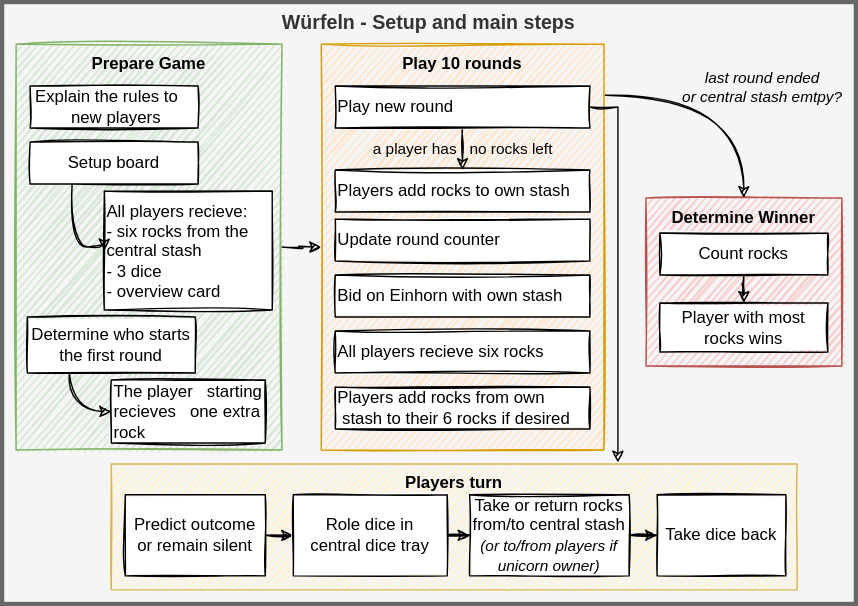
Before: make/games/wuerfeln.drawio.svg, a diagram exported from draw.io (sonj4ev4/FullByte.github.io). Source tidied: cells renumbered, new cells last; positions are measured from the earlier drawing's top-left corner, leaving out a move shared by most shapes.
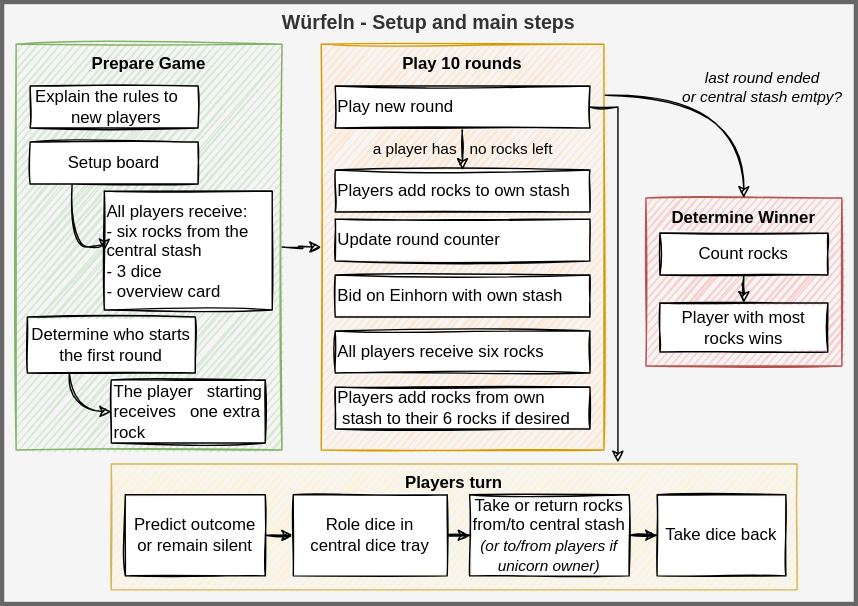
The same diagram one commit later.

Commit message:
Deployed 4f49056d with MkDocs version: 1.2.2

Diff of the diagram source:
```diff
@@ -48,13 +48,13 @@
     <mxCell id="15" value="Determine who starts the first round" style="whiteSpace=wrap;html=1;sketch=1;fontSize=12;align=center;" parent="1" vertex="1">
       <mxGeometry x="18" y="225" width="120" height="40" as="geometry" />
     </mxCell>
-    <mxCell id="16" value="&amp;nbsp;The player&amp;nbsp; &amp;nbsp;starting&amp;nbsp;&lt;span&gt;recieves&amp;nbsp; &amp;nbsp;one&amp;nbsp;&lt;/span&gt;extra rock" style="whiteSpace=wrap;html=1;align=left;sketch=1;fontSize=12;" parent="1" vertex="1">
+    <mxCell id="16" value="&amp;nbsp;The player&amp;nbsp; &amp;nbsp;starting&amp;nbsp;&lt;span&gt;receives&amp;nbsp; &amp;nbsp;one&amp;nbsp;&lt;/span&gt;extra rock" style="whiteSpace=wrap;html=1;align=left;sketch=1;fontSize=12;" parent="1" vertex="1">
       <mxGeometry x="78" y="270" width="110" height="45" as="geometry" />
     </mxCell>
-    <mxCell id="17" value="&amp;nbsp;All players recieve:&lt;br style=&quot;font-size: 12px&quot;&gt;&amp;nbsp; - six rocks from the central stash&lt;br style=&quot;font-size: 12px&quot;&gt;&amp;nbsp; - 3 dice&lt;br&gt;&amp;nbsp; -&amp;nbsp;overview card" style="whiteSpace=wrap;html=1;align=left;sketch=1;fontSize=12;glass=0;" parent="1" vertex="1">
+    <mxCell id="17" value="&amp;nbsp;All players receive:&lt;br style=&quot;font-size: 12px&quot;&gt;&amp;nbsp; - six rocks from the central stash&lt;br style=&quot;font-size: 12px&quot;&gt;&amp;nbsp; - 3 dice&lt;br&gt;&amp;nbsp; -&amp;nbsp;overview card" style="whiteSpace=wrap;html=1;align=left;sketch=1;fontSize=12;glass=0;" parent="1" vertex="1">
       <mxGeometry x="73" y="135" width="120" height="85" as="geometry" />
     </mxCell>
-    <mxCell id="18" value="&amp;nbsp;All players recieve six rocks" style="whiteSpace=wrap;html=1;align=left;sketch=1;fontSize=12;" parent="1" vertex="1">
+    <mxCell id="18" value="&amp;nbsp;All players receive six rocks" style="whiteSpace=wrap;html=1;align=left;sketch=1;fontSize=12;" parent="1" vertex="1">
       <mxGeometry x="238" y="235" width="182" height="30" as="geometry" />
     </mxCell>
     <mxCell id="19" style="edgeStyle=orthogonalEdgeStyle;jettySize=auto;html=1;sketch=1;curved=1;fontSize=12;" parent="1" edge="1" source="20" target="13">
```
